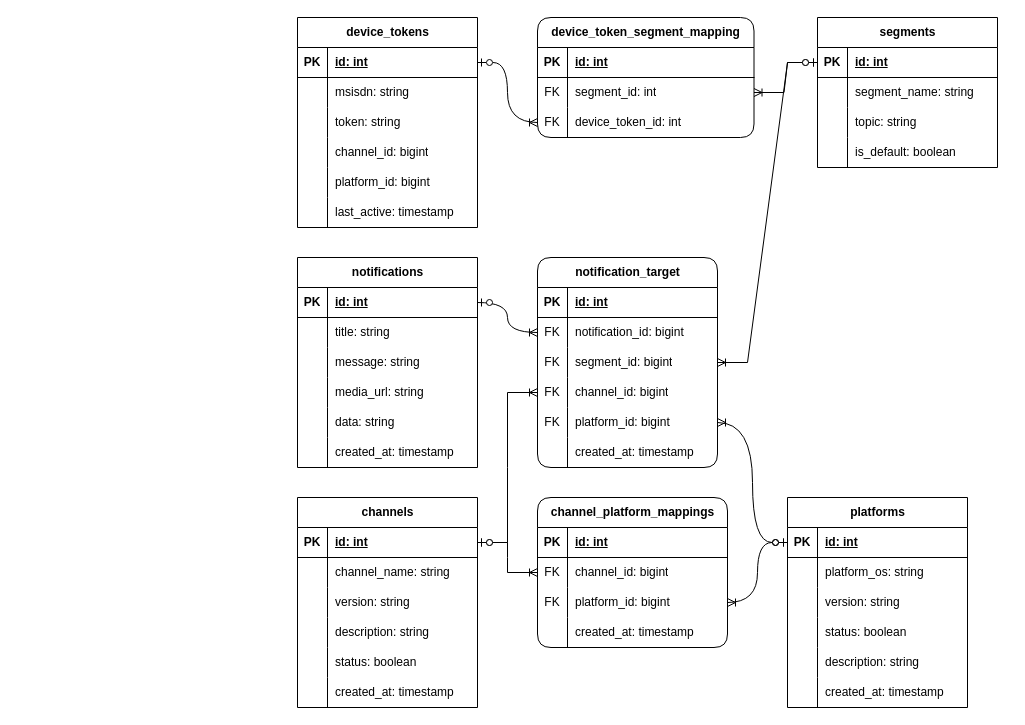
Mwangimburu/drawings keeps this draw.io diagram as page "EL Refined" (2 of 2) of Untitled Diagram.drawio. Above is the earlier version. Source tidied: cells renumbered, new cells numbered last; positions are measured from the earlier drawing's top-left corner, leaving out a move shared by most shapes. Both pictures are drawn from the tidied source at 100%, with x=0, y=0 at pixel (297, 17).
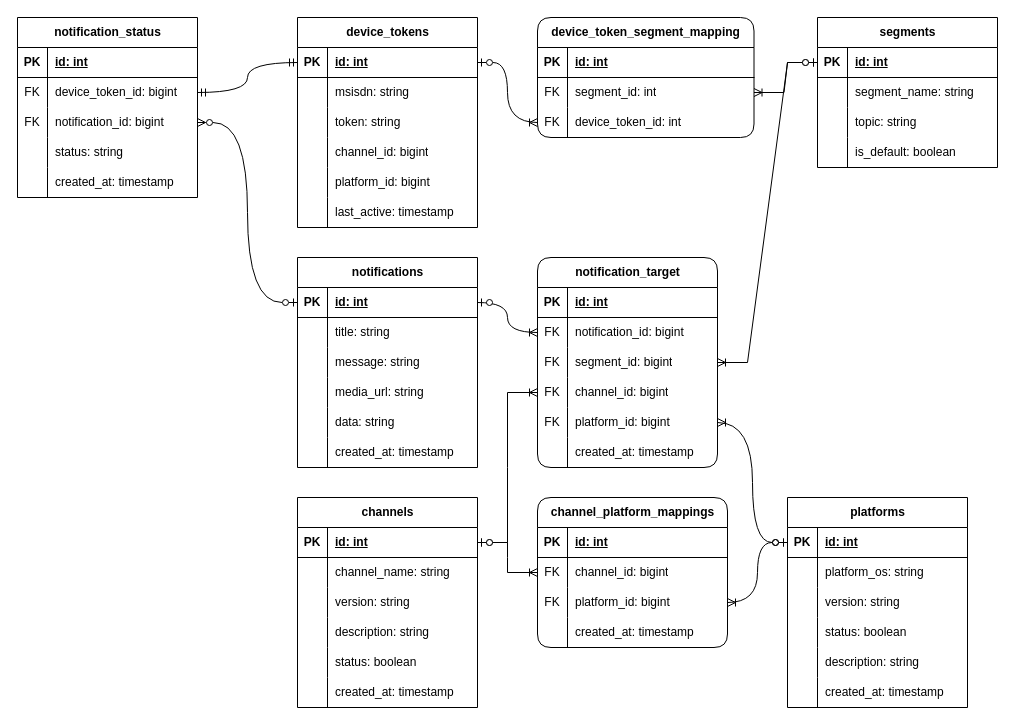
The same page after the edit.

Commit message:
Added notification status

Unchanged cells that the change refers to:
```xml
<mxCell id="3" style="shape=tableRow;horizontal=0;startSize=0;swimlaneHead=0;swimlaneBody=0;fillColor=none;points=[[0,0.5],[1,0.5]];portConstraint=eastwest;top=0;left=0;right=0;bottom=1;" parent="2" vertex="1">
  <mxGeometry y="30" width="180" height="30" as="geometry" />
</mxCell>
<mxCell id="23" style="shape=tableRow;horizontal=0;startSize=0;swimlaneHead=0;swimlaneBody=0;fillColor=none;points=[[0,0.5],[1,0.5]];portConstraint=eastwest;top=0;left=0;right=0;bottom=1;" parent="22" vertex="1">
  <mxGeometry y="30" width="180" height="30" as="geometry" />
</mxCell>
<mxCell id="82" style="shape=tableRow;horizontal=0;startSize=0;swimlaneHead=0;swimlaneBody=0;fillColor=none;points=[[0,0.5],[1,0.5]];portConstraint=eastwest;top=0;left=0;right=0;bottom=0;" parent="75" vertex="1">
  <mxGeometry y="90" width="180" height="30" as="geometry" />
</mxCell>
<mxCell id="85" style="shape=tableRow;horizontal=0;startSize=0;swimlaneHead=0;swimlaneBody=0;fillColor=none;points=[[0,0.5],[1,0.5]];portConstraint=eastwest;top=0;left=0;right=0;bottom=0;" parent="75" vertex="1">
  <mxGeometry y="120" width="180" height="30" as="geometry" />
</mxCell>
<mxCell id="99" style="shape=tableRow;horizontal=0;startSize=0;swimlaneHead=0;swimlaneBody=0;fillColor=none;points=[[0,0.5],[1,0.5]];portConstraint=eastwest;top=0;left=0;right=0;bottom=1;" parent="98" vertex="1">
  <mxGeometry y="30" width="180" height="30" as="geometry" />
</mxCell>
<mxCell id="128" style="shape=tableRow;horizontal=0;startSize=0;swimlaneHead=0;swimlaneBody=0;fillColor=none;points=[[0,0.5],[1,0.5]];portConstraint=eastwest;top=0;left=0;right=0;bottom=1;" parent="127" vertex="1">
  <mxGeometry y="30" width="180" height="30" as="geometry" />
</mxCell>
```

Change to the diagram source:
```diff
@@
     <mxCell id="95" style="edgeStyle=entityRelationEdgeStyle;fontSize=12;html=1;endArrow=ERoneToMany;startArrow=ERzeroToOne;rounded=0;" parent="1" edge="1" source="23" target="85">
       <mxGeometry relative="1" as="geometry">
         <Array as="points">
-          <mxPoint x="220" y="505" />
-          <mxPoint x="230" y="510" />
-          <mxPoint x="280" y="580" />
-          <mxPoint x="220" y="500" />
-          <mxPoint x="220" y="580" />
-          <mxPoint x="230" y="550" />
-          <mxPoint x="210" y="520" />
-          <mxPoint x="220" y="505" />
+          <mxPoint x="-60" y="505" />
+          <mxPoint x="-50" y="510" />
+          <mxPoint y="580" />
+          <mxPoint x="-60" y="500" />
+          <mxPoint x="-60" y="580" />
+          <mxPoint x="-50" y="550" />
+          <mxPoint x="-70" y="520" />
+          <mxPoint x="-60" y="505" />
         </Array>
       </mxGeometry>
     </mxCell>
     <mxCell id="96" style="edgeStyle=entityRelationEdgeStyle;fontSize=12;html=1;endArrow=ERoneToMany;startArrow=ERzeroToOne;rounded=0;" parent="1" edge="1" source="128" target="82">
       <mxGeometry relative="1" as="geometry">
         <Array as="points">
-          <mxPoint x="710" y="130" />
+          <mxPoint x="430" y="130" />
         </Array>
       </mxGeometry>
     </mxCell>
@@
+    <mxCell id="143" value="notification_status" style="shape=table;startSize=30;childLayout=tableLayout;rowLines=0;fontStyle=1;align=center;html=1;" parent="1" vertex="1">
+      <mxGeometry x="-280" width="180" height="180" as="geometry" />
+    </mxCell>
+    <mxCell id="144" style="shape=tableRow;horizontal=0;startSize=0;swimlaneHead=0;swimlaneBody=0;fillColor=none;top=0;left=0;right=0;bottom=1;" parent="143" vertex="1">
+      <mxGeometry y="30" width="180" height="30" as="geometry" />
+    </mxCell>
+    <mxCell id="145" value="PK" style="shape=partialRectangle;fillColor=none;top=0;left=0;bottom=0;right=0;fontStyle=1;overflow=hidden;whiteSpace=wrap;html=1;" parent="144" vertex="1">
+      <mxGeometry width="30" height="30" as="geometry" />
+    </mxCell>
+    <mxCell id="146" value="id: int" style="shape=partialRectangle;fillColor=none;top=0;left=0;bottom=0;right=0;align=left;spacingLeft=6;fontStyle=5;overflow=hidden;whiteSpace=wrap;html=1;" parent="144" vertex="1">
+      <mxGeometry x="30" width="150" height="30" as="geometry" />
+    </mxCell>
+    <mxCell id="147" style="shape=tableRow;horizontal=0;startSize=0;swimlaneHead=0;swimlaneBody=0;fillColor=none;points=[[0,0.5],[1,0.5]];portConstraint=eastwest;top=0;left=0;right=0;bottom=0;" parent="143" vertex="1">
+      <mxGeometry y="60" width="180" height="30" as="geometry" />
+    </mxCell>
+    <mxCell id="148" value="FK" style="shape=partialRectangle;fillColor=none;top=0;left=0;bottom=0;right=0;overflow=hidden;whiteSpace=wrap;html=1;" parent="147" vertex="1">
+      <mxGeometry width="30" height="30" as="geometry" />
+    </mxCell>
+    <mxCell id="149" value="device_token_id: bigint" style="shape=partialRectangle;fillColor=none;top=0;left=0;bottom=0;right=0;align=left;spacingLeft=6;overflow=hidden;whiteSpace=wrap;html=1;" parent="147" vertex="1">
+      <mxGeometry x="30" width="150" height="30" as="geometry" />
+    </mxCell>
+    <mxCell id="150" style="shape=tableRow;horizontal=0;startSize=0;swimlaneHead=0;swimlaneBody=0;fillColor=none;points=[[0,0.5],[1,0.5]];portConstraint=eastwest;top=0;left=0;right=0;bottom=0;" parent="143" vertex="1">
+      <mxGeometry y="90" width="180" height="30" as="geometry" />
+    </mxCell>
+    <mxCell id="151" value="FK" style="shape=partialRectangle;fillColor=none;top=0;left=0;bottom=0;right=0;overflow=hidden;whiteSpace=wrap;html=1;" parent="150" vertex="1">
+      <mxGeometry width="30" height="30" as="geometry" />
+    </mxCell>
+    <mxCell id="152" value="notification_id: bigint" style="shape=partialRectangle;fillColor=none;top=0;left=0;bottom=0;right=0;align=left;spacingLeft=6;overflow=hidden;whiteSpace=wrap;html=1;" parent="150" vertex="1">
+      <mxGeometry x="30" width="150" height="30" as="geometry" />
+    </mxCell>
+    <mxCell id="153" style="shape=tableRow;horizontal=0;startSize=0;swimlaneHead=0;swimlaneBody=0;fillColor=none;top=0;left=0;right=0;bottom=0;" parent="143" vertex="1">
+      <mxGeometry y="120" width="180" height="30" as="geometry" />
+    </mxCell>
+    <mxCell id="154" style="shape=partialRectangle;fillColor=none;top=0;left=0;bottom=0;right=0;overflow=hidden;whiteSpace=wrap;html=1;" parent="153" vertex="1">
+      <mxGeometry width="30" height="30" as="geometry" />
+    </mxCell>
+    <mxCell id="155" value="status: string" style="shape=partialRectangle;fillColor=none;top=0;left=0;bottom=0;right=0;align=left;spacingLeft=6;overflow=hidden;whiteSpace=wrap;html=1;" parent="153" vertex="1">
+      <mxGeometry x="30" width="150" height="30" as="geometry" />
+    </mxCell>
+    <mxCell id="156" style="shape=tableRow;horizontal=0;startSize=0;swimlaneHead=0;swimlaneBody=0;fillColor=none;top=0;left=0;right=0;bottom=0;" parent="143" vertex="1">
+      <mxGeometry y="150" width="180" height="30" as="geometry" />
+    </mxCell>
+    <mxCell id="157" style="shape=partialRectangle;fillColor=none;top=0;left=0;bottom=0;right=0;overflow=hidden;whiteSpace=wrap;html=1;" parent="156" vertex="1">
+      <mxGeometry width="30" height="30" as="geometry" />
+    </mxCell>
+    <mxCell id="158" value="created_at: timestamp" style="shape=partialRectangle;fillColor=none;top=0;left=0;bottom=0;right=0;align=left;spacingLeft=6;overflow=hidden;whiteSpace=wrap;html=1;" parent="156" vertex="1">
+      <mxGeometry x="30" width="150" height="30" as="geometry" />
+    </mxCell>
+    <mxCell id="159" style="edgeStyle=orthogonalEdgeStyle;fontSize=12;html=1;endArrow=ERmandOne;startArrow=ERmandOne;rounded=0;curved=1;startFill=0;endFill=0;" parent="1" edge="1" source="147" target="99">
+      <mxGeometry relative="1" as="geometry" />
+    </mxCell>
+    <mxCell id="160" style="edgeStyle=orthogonalEdgeStyle;fontSize=12;html=1;endArrow=ERzeroToMany;startArrow=ERzeroToOne;rounded=0;curved=1;startFill=0;endFill=0;" parent="1" edge="1" source="3" target="150">
+      <mxGeometry relative="1" as="geometry" />
+    </mxCell>
```
